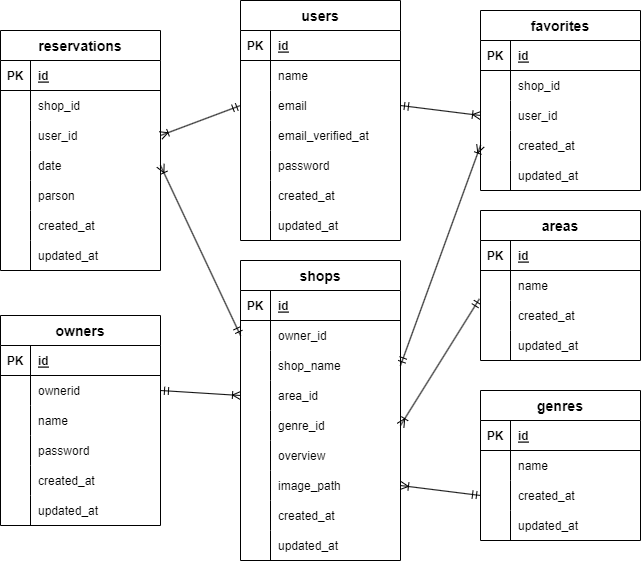
This is src/.drawio.png from yoshikiakazawa/Rese_rest, a draw.io export, as it was before one commit. Source tidied: cells renumbered, new cells last; positions are measured from the earlier drawing's top-left corner, leaving out a move shared by most shapes.
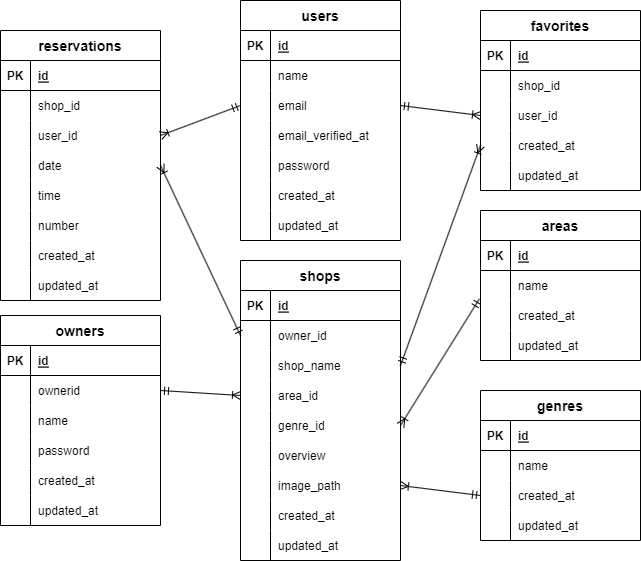
The same diagram one commit later.

The edit, as a diff of the source:
```diff
@@ -3,7 +3,7 @@
     <mxCell id="0" />
     <mxCell id="1" parent="0" />
     <mxCell id="2" value="reservations" style="shape=table;startSize=30;rowLines=0;fontStyle=1;align=center;fontSize=14;" parent="1" vertex="1">
-      <mxGeometry y="30" width="160" height="240" as="geometry" />
+      <mxGeometry y="30" width="160" height="270" as="geometry" />
     </mxCell>
     <mxCell id="3" style="shape=tableRow;horizontal=0;startSize=0;swimlaneHead=0;swimlaneBody=0;fillColor=none;top=0;left=0;right=0;bottom=1;" parent="2" vertex="1">
       <mxGeometry y="30" width="160" height="30" as="geometry" />
@@ -47,11 +47,20 @@
     <mxCell id="16" style="shape=partialRectangle;fillColor=none;top=0;left=0;bottom=0;right=0;overflow=hidden;" parent="15" vertex="1">
       <mxGeometry width="30" height="30" as="geometry" />
     </mxCell>
-    <mxCell id="17" value="parson" style="shape=partialRectangle;fillColor=none;top=0;left=0;bottom=0;right=0;align=left;spacingLeft=6;overflow=hidden;" parent="15" vertex="1">
+    <mxCell id="17" value="time" style="shape=partialRectangle;fillColor=none;top=0;left=0;bottom=0;right=0;align=left;spacingLeft=6;overflow=hidden;" parent="15" vertex="1">
       <mxGeometry x="30" width="130" height="30" as="geometry" />
     </mxCell>
+    <mxCell id="142" style="shape=tableRow;horizontal=0;startSize=0;swimlaneHead=0;swimlaneBody=0;fillColor=none;top=0;left=0;right=0;bottom=0;" parent="2" vertex="1">
+      <mxGeometry y="180" width="160" height="30" as="geometry" />
+    </mxCell>
+    <mxCell id="143" style="shape=partialRectangle;fillColor=none;top=0;left=0;bottom=0;right=0;overflow=hidden;" parent="142" vertex="1">
+      <mxGeometry width="30" height="30" as="geometry" />
+    </mxCell>
+    <mxCell id="144" value="number" style="shape=partialRectangle;fillColor=none;top=0;left=0;bottom=0;right=0;align=left;spacingLeft=6;overflow=hidden;" parent="142" vertex="1">
+      <mxGeometry x="30" width="130" height="30" as="geometry" />
+    </mxCell>
     <mxCell id="18" style="shape=tableRow;horizontal=0;startSize=0;swimlaneHead=0;swimlaneBody=0;fillColor=none;top=0;left=0;right=0;bottom=0;" parent="2" vertex="1">
-      <mxGeometry y="180" width="160" height="30" as="geometry" />
+      <mxGeometry y="210" width="160" height="30" as="geometry" />
     </mxCell>
     <mxCell id="19" style="shape=partialRectangle;fillColor=none;top=0;left=0;bottom=0;right=0;overflow=hidden;" parent="18" vertex="1">
       <mxGeometry width="30" height="30" as="geometry" />
@@ -60,7 +69,7 @@
       <mxGeometry x="30" width="130" height="30" as="geometry" />
     </mxCell>
     <mxCell id="21" style="shape=tableRow;horizontal=0;startSize=0;swimlaneHead=0;swimlaneBody=0;fillColor=none;top=0;left=0;right=0;bottom=0;" parent="2" vertex="1">
-      <mxGeometry y="210" width="160" height="30" as="geometry" />
+      <mxGeometry y="240" width="160" height="30" as="geometry" />
     </mxCell>
     <mxCell id="22" style="shape=partialRectangle;fillColor=none;top=0;left=0;bottom=0;right=0;overflow=hidden;" parent="21" vertex="1">
       <mxGeometry width="30" height="30" as="geometry" />
```
